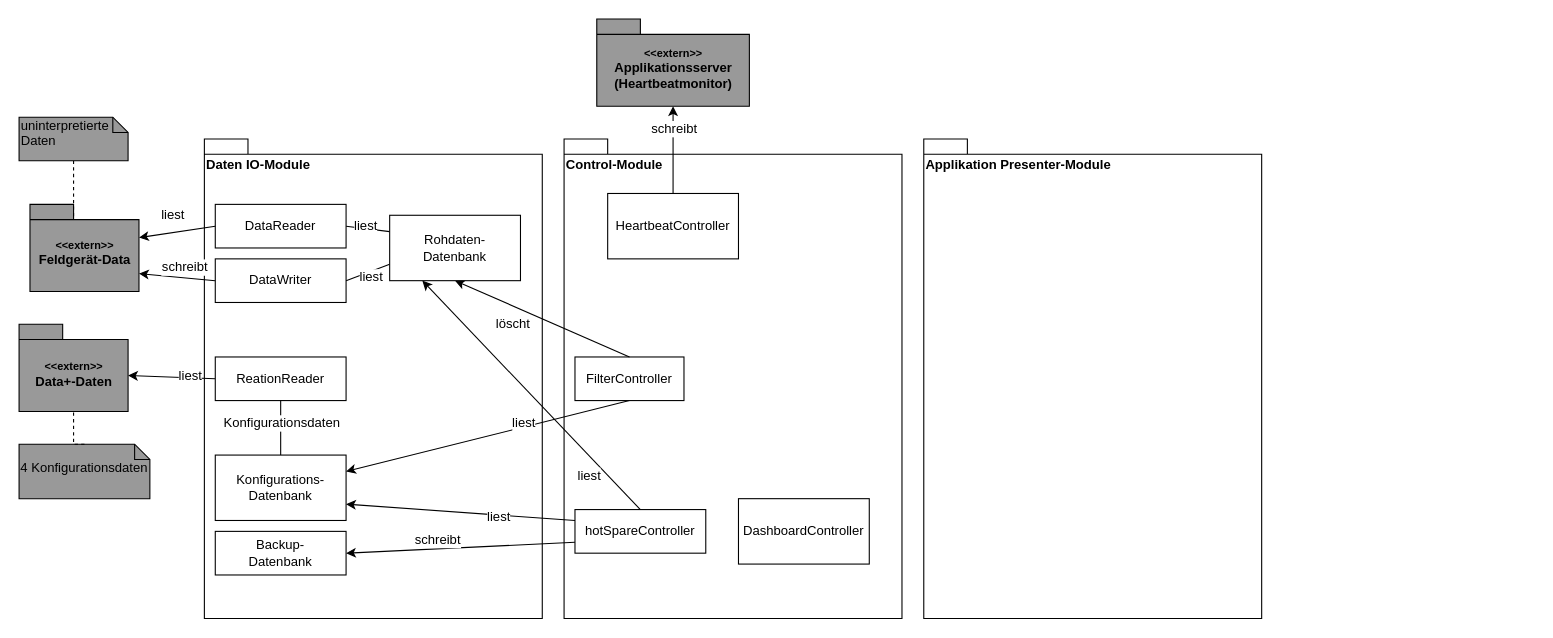
Earlier version of the draw.io diagram Graphics/bausteinansicht_ebene_2.drawio (Boneau2007/Softwarearchitektur). Source tidied: cells renumbered, new cells numbered last; positions are measured from the earlier drawing's top-left corner, leaving out a move shared by most shapes. Both pictures are drawn from the tidied source at 109%, with x=0, y=0 at pixel (19, 19).
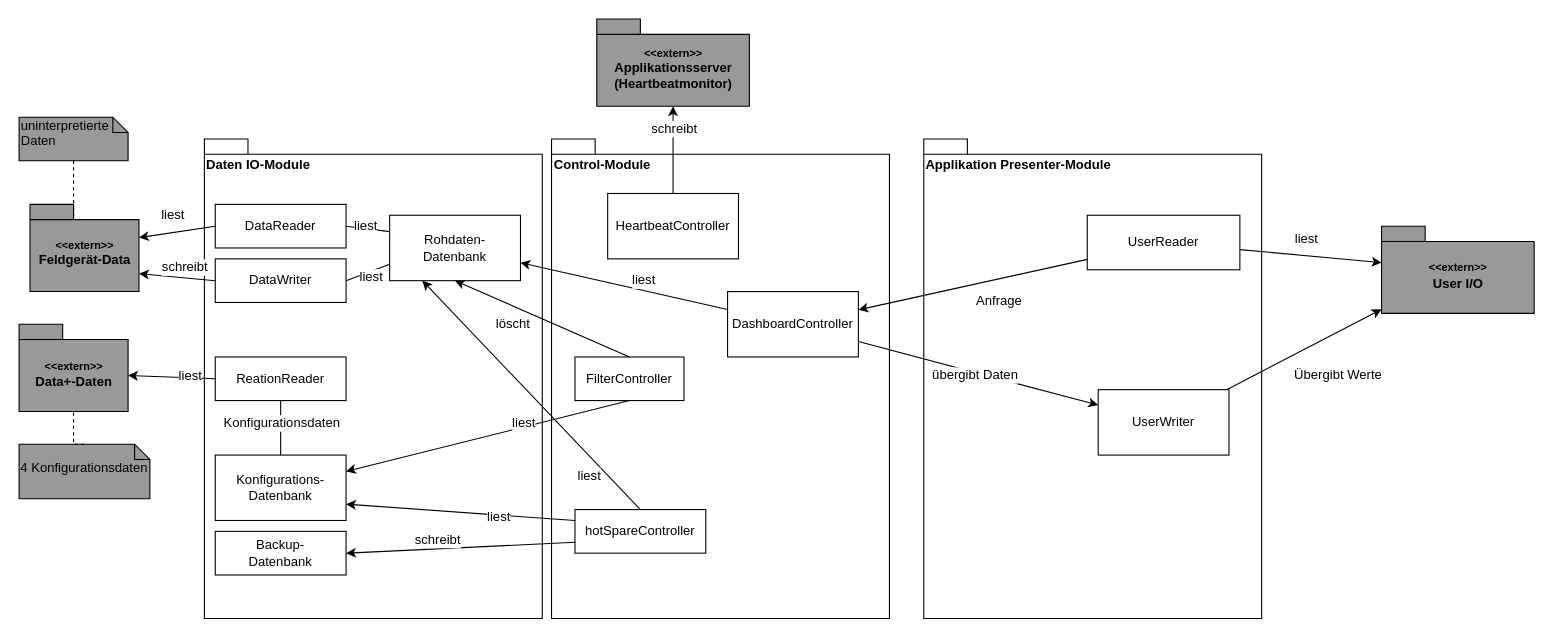
Above is the later version.

Commit message:
Bausteinsicht Ebene 2

The change refers to these unchanged cells:
```xml
<mxCell id="25" value="&lt;div&gt;Rohdaten-&lt;/div&gt;&lt;div&gt;Datenbank&lt;/div&gt;" style="rounded=0;whiteSpace=wrap;html=1;align=center;" parent="1" vertex="1">
  <mxGeometry x="340" y="180" width="120" height="60" as="geometry" />
</mxCell>
```

Diff of the diagram source:
```diff
@@
     <mxCell id="2" value="Control-Module" style="shape=folder;fontStyle=1;spacingTop=10;tabWidth=40;tabHeight=14;tabPosition=left;html=1;align=left;verticalAlign=top;" parent="1" vertex="1">
-      <mxGeometry x="500" y="110" width="310" height="440" as="geometry" />
+      <mxGeometry x="488.5" y="110" width="310" height="440" as="geometry" />
     </mxCell>
@@
+    <mxCell id="46" style="edgeStyle=none;rounded=0;jettySize=auto;html=1;" parent="1" edge="1" source="44" target="25">
+      <mxGeometry relative="1" as="geometry" />
+    </mxCell>
+    <mxCell id="47" value="liest" style="text;html=1;align=center;verticalAlign=middle;labelBackgroundColor=#ffffff;" parent="46" vertex="1">
+      <mxGeometry x="-0.44" relative="1" as="geometry">
+        <mxPoint x="-23.8" y="-15.1" as="offset" />
+      </mxGeometry>
+    </mxCell>
     <mxCell id="44" value="DashboardController" style="rounded=0;whiteSpace=wrap;html=1;align=center;" parent="1" vertex="1">
-      <mxGeometry x="660" y="440" width="120" height="60" as="geometry" />
+      <mxGeometry x="650" y="250" width="120" height="60" as="geometry" />
     </mxCell>
@@
+    <mxCell id="48" style="rounded=0;jettySize=auto;html=1;" parent="1" edge="1" source="52" target="53">
+      <mxGeometry relative="1" as="geometry" />
+    </mxCell>
+    <mxCell id="49" value="liest" style="text;html=1;align=center;verticalAlign=middle;labelBackgroundColor=#ffffff;" parent="48" vertex="1">
+      <mxGeometry x="-0.22" y="3" relative="1" as="geometry">
+        <mxPoint x="9.2" y="-12.1" as="offset" />
+      </mxGeometry>
+    </mxCell>
+    <mxCell id="50" style="edgeStyle=none;rounded=0;jettySize=auto;html=1;" parent="1" edge="1" source="52" target="44">
+      <mxGeometry relative="1" as="geometry" />
+    </mxCell>
+    <mxCell id="51" value="Anfrage" style="text;html=1;align=center;verticalAlign=middle;labelBackgroundColor=#ffffff;" parent="50" vertex="1">
+      <mxGeometry x="-0.31" y="4" relative="1" as="geometry">
+        <mxPoint x="-9.7" y="18.1" as="offset" />
+      </mxGeometry>
+    </mxCell>
+    <mxCell id="52" value="UserReader" style="rounded=0;whiteSpace=wrap;html=1;" parent="1" vertex="1">
+      <mxGeometry x="980" y="180" width="140" height="50" as="geometry" />
+    </mxCell>
+    <mxCell id="53" value="&lt;font style=&quot;font-size: 10px&quot;&gt;&amp;lt;&amp;lt;extern&amp;gt;&amp;gt;&lt;/font&gt;&lt;br&gt;User I/O" style="shape=folder;fontStyle=1;spacingTop=10;tabWidth=40;tabHeight=14;tabPosition=left;html=1;align=center;verticalAlign=middle;fillColor=#999999;" parent="1" vertex="1">
+      <mxGeometry x="1250" y="190" width="140" height="80" as="geometry" />
+    </mxCell>
+    <mxCell id="54" style="edgeStyle=none;rounded=0;jettySize=auto;html=1;" parent="1" edge="1" source="56" target="53">
+      <mxGeometry relative="1" as="geometry" />
+    </mxCell>
+    <mxCell id="55" value="Übergibt Werte" style="text;html=1;align=center;verticalAlign=middle;labelBackgroundColor=#ffffff;" parent="54" vertex="1">
+      <mxGeometry x="0.26" y="-1" relative="1" as="geometry">
+        <mxPoint x="12" y="32" as="offset" />
+      </mxGeometry>
+    </mxCell>
+    <mxCell id="56" value="UserWriter" style="rounded=0;whiteSpace=wrap;html=1;" parent="1" vertex="1">
+      <mxGeometry x="990" y="340" width="120" height="60" as="geometry" />
+    </mxCell>
+    <mxCell id="57" style="edgeStyle=none;rounded=0;jettySize=auto;html=1;" parent="1" edge="1" source="44" target="56">
+      <mxGeometry relative="1" as="geometry" />
+    </mxCell>
+    <mxCell id="58" value="übergibt Daten" style="text;html=1;align=center;verticalAlign=middle;labelBackgroundColor=#ffffff;" parent="57" vertex="1">
+      <mxGeometry x="0.57" relative="1" as="geometry">
+        <mxPoint x="-67" y="-15" as="offset" />
+      </mxGeometry>
+    </mxCell>
```
